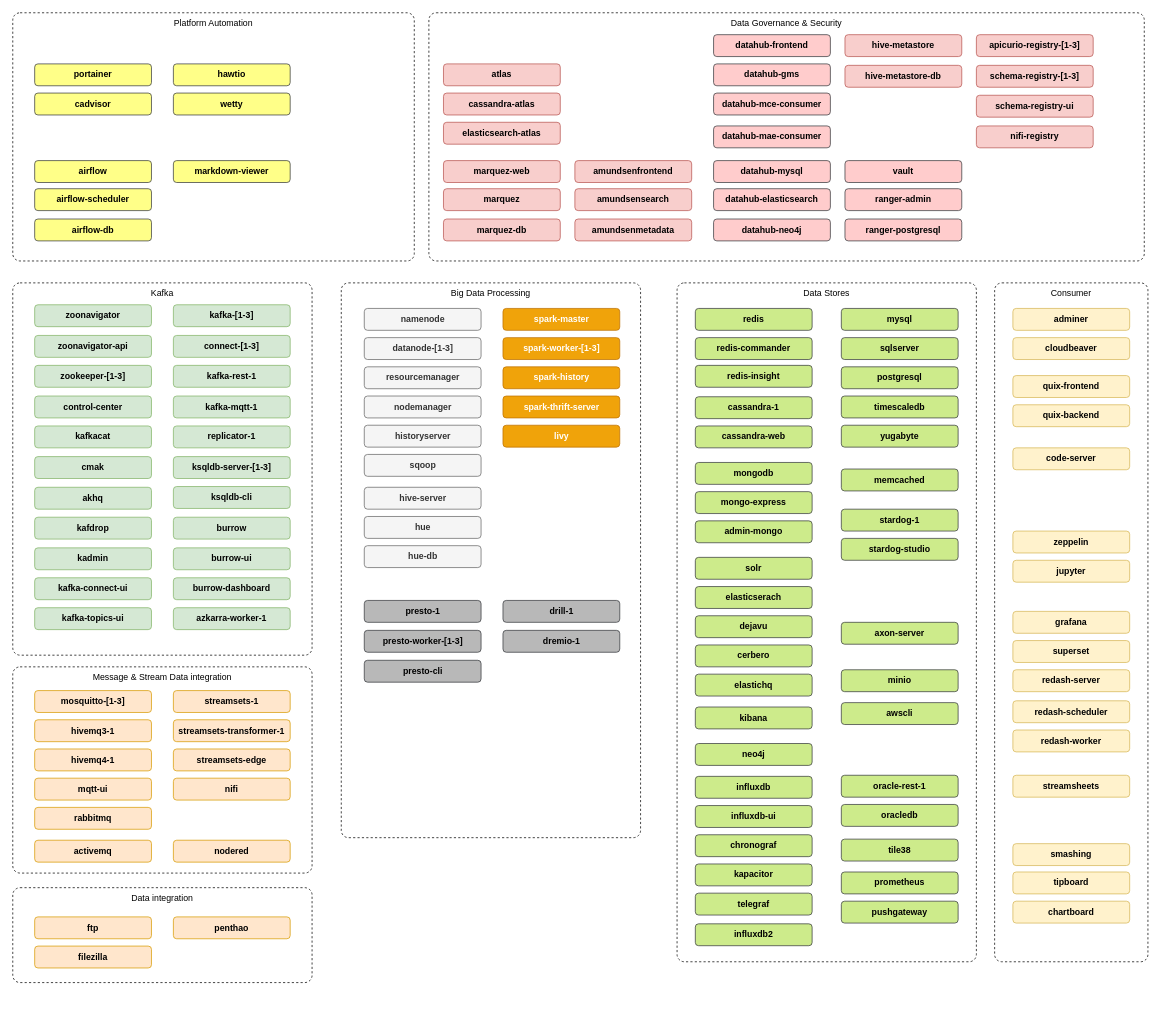
Earlier version of the draw.io diagram page "Services" (1 of 4) of documentation/drawio/modern-data-platform.drawio (TrivadisPF/platys-modern-data-platform). Source tidied: cells renumbered, new cells numbered last; positions are measured from the earlier drawing's top-left corner, leaving out a move shared by most shapes. Both pictures are drawn from the tidied source at 73%, with x=0, y=0 at pixel (12, 12).
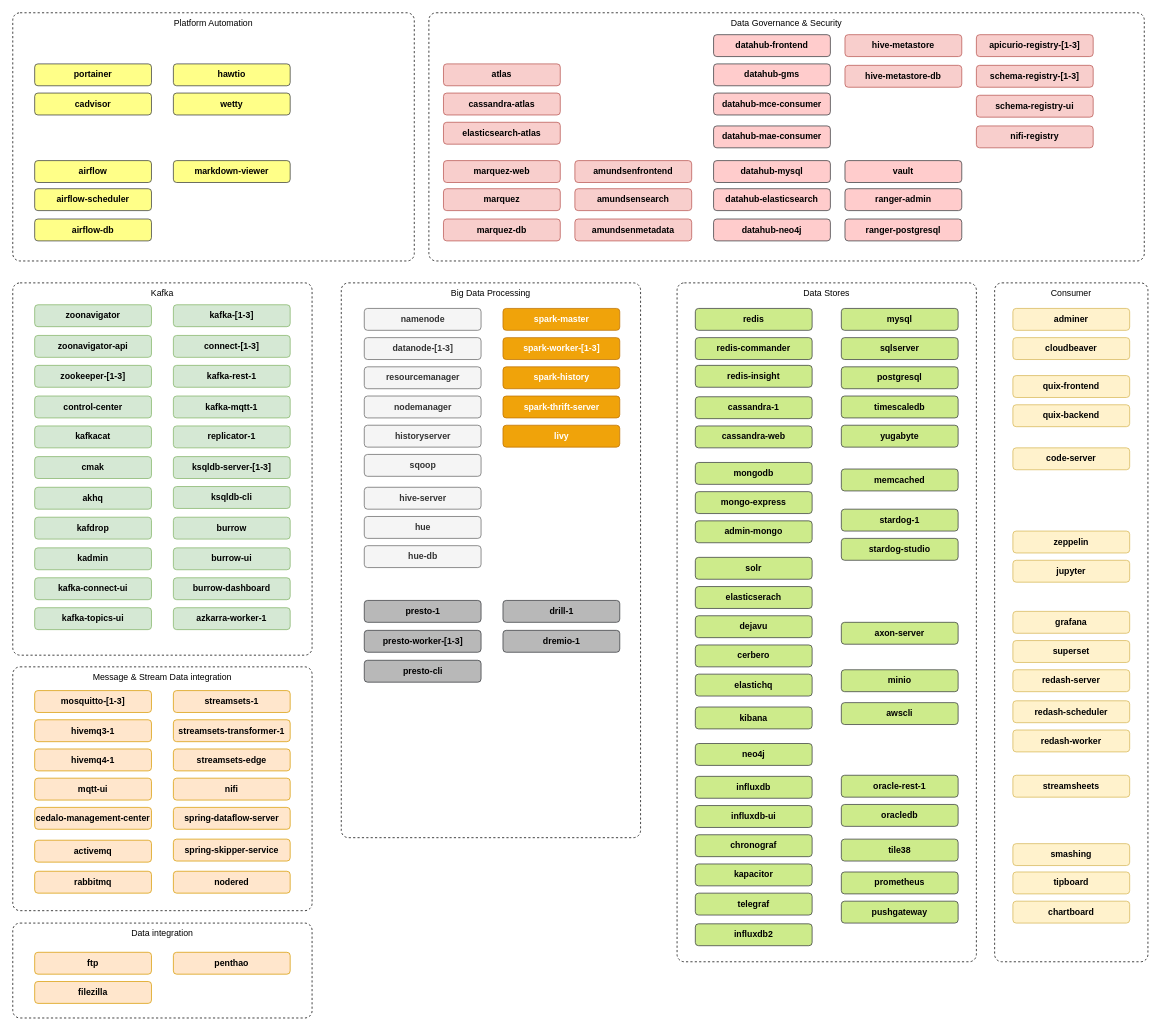
Above is the later version.

Diff of the diagram source:
```diff
@@
     <mxCell id="8" value="Data integration" style="rounded=1;whiteSpace=wrap;html=1;labelBackgroundColor=none;strokeColor=#000000;strokeWidth=1;fillColor=none;fontColor=#000000;arcSize=20;absoluteArcSize=1;dashed=1;align=center;horizontal=1;verticalAlign=top;" parent="1" vertex="1">
-      <mxGeometry y="1198.5" width="410" height="130" as="geometry" />
+      <mxGeometry y="1247" width="410" height="130" as="geometry" />
     </mxCell>
     <mxCell id="9" value="Message &amp;amp; Stream Data integration" style="rounded=1;whiteSpace=wrap;html=1;labelBackgroundColor=none;strokeColor=#000000;strokeWidth=1;fillColor=none;fontColor=#000000;arcSize=20;absoluteArcSize=1;dashed=1;align=center;horizontal=1;verticalAlign=top;" parent="1" vertex="1">
-      <mxGeometry y="896" width="410" height="282.5" as="geometry" />
+      <mxGeometry y="896" width="410" height="334" as="geometry" />
     </mxCell>
@@
     <mxCell id="93" value="&lt;span&gt;ftp&lt;/span&gt;" style="rounded=1;whiteSpace=wrap;html=1;fillColor=#ffe6cc;strokeColor=#d79b00;fontStyle=1;" parent="1" vertex="1">
-      <mxGeometry x="30" y="1238.5" width="160" height="30" as="geometry" />
+      <mxGeometry x="30" y="1287" width="160" height="30" as="geometry" />
     </mxCell>
     <mxCell id="94" value="&lt;span&gt;filezilla&lt;/span&gt;" style="rounded=1;whiteSpace=wrap;html=1;fillColor=#ffe6cc;strokeColor=#d79b00;fontStyle=1;" parent="1" vertex="1">
-      <mxGeometry x="30" y="1278.5" width="160" height="30" as="geometry" />
+      <mxGeometry x="30" y="1327" width="160" height="30" as="geometry" />
     </mxCell>
@@
     <mxCell id="123" value="&lt;span&gt;rabbitmq&lt;/span&gt;" style="rounded=1;whiteSpace=wrap;html=1;fillColor=#ffe6cc;strokeColor=#d79b00;fontStyle=1;" parent="1" vertex="1">
-      <mxGeometry x="30" y="1088.5" width="160" height="30" as="geometry" />
+      <mxGeometry x="30" y="1176" width="160" height="30" as="geometry" />
     </mxCell>
     <mxCell id="124" value="&lt;span&gt;penthao&lt;/span&gt;" style="rounded=1;whiteSpace=wrap;html=1;fillColor=#ffe6cc;strokeColor=#d79b00;fontStyle=1;" parent="1" vertex="1">
-      <mxGeometry x="220" y="1238.5" width="160" height="30" as="geometry" />
+      <mxGeometry x="220" y="1287" width="160" height="30" as="geometry" />
     </mxCell>
@@
     <mxCell id="151" value="&lt;span&gt;nodered&lt;/span&gt;" style="rounded=1;whiteSpace=wrap;html=1;fillColor=#ffe6cc;strokeColor=#d79b00;fontStyle=1;" parent="1" vertex="1">
-      <mxGeometry x="220" y="1133.5" width="160" height="30" as="geometry" />
+      <mxGeometry x="220" y="1176" width="160" height="30" as="geometry" />
     </mxCell>
+    <mxCell id="152" value="&lt;span&gt;spring-dataflow-server&lt;/span&gt;" style="rounded=1;whiteSpace=wrap;html=1;fillColor=#ffe6cc;strokeColor=#d79b00;fontStyle=1;" parent="1" vertex="1">
+      <mxGeometry x="220" y="1088.5" width="160" height="30" as="geometry" />
+    </mxCell>
+    <mxCell id="153" value="&lt;span&gt;spring-skipper-service&lt;/span&gt;" style="rounded=1;whiteSpace=wrap;html=1;fillColor=#ffe6cc;strokeColor=#d79b00;fontStyle=1;" parent="1" vertex="1">
+      <mxGeometry x="220" y="1132" width="160" height="30" as="geometry" />
+    </mxCell>
+    <mxCell id="154" value="&lt;span&gt;cedalo-management-center&lt;/span&gt;" style="rounded=1;whiteSpace=wrap;html=1;fillColor=#ffe6cc;strokeColor=#d79b00;fontStyle=1;" parent="1" vertex="1">
+      <mxGeometry x="30" y="1088.5" width="160" height="30" as="geometry" />
+    </mxCell>
```
